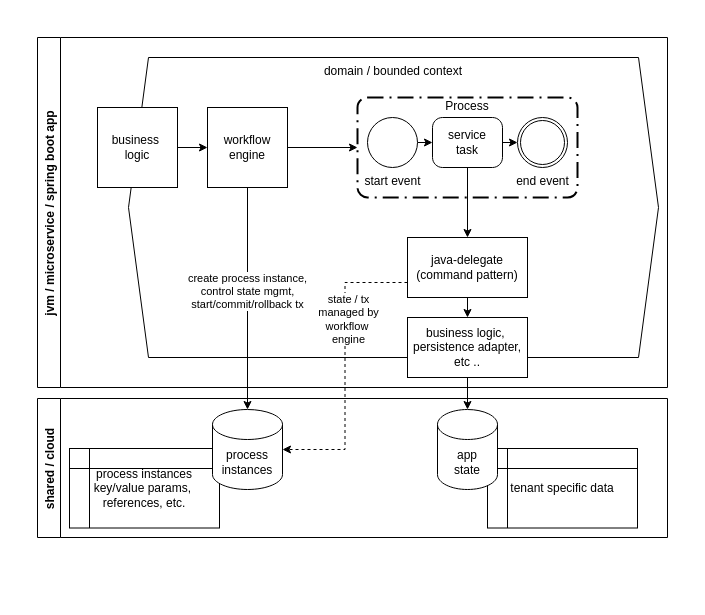
nikkijuk/pigeongram keeps this draw.io diagram as diagrams/workflow_programming_model.drawio. Above is the earlier version. Source tidied: cells renumbered, new cells numbered last; positions are measured from the earlier drawing's top-left corner, leaving out a move shared by most shapes. Both pictures are drawn from the tidied source at 100%, with x=0, y=0 at pixel (37, 37).
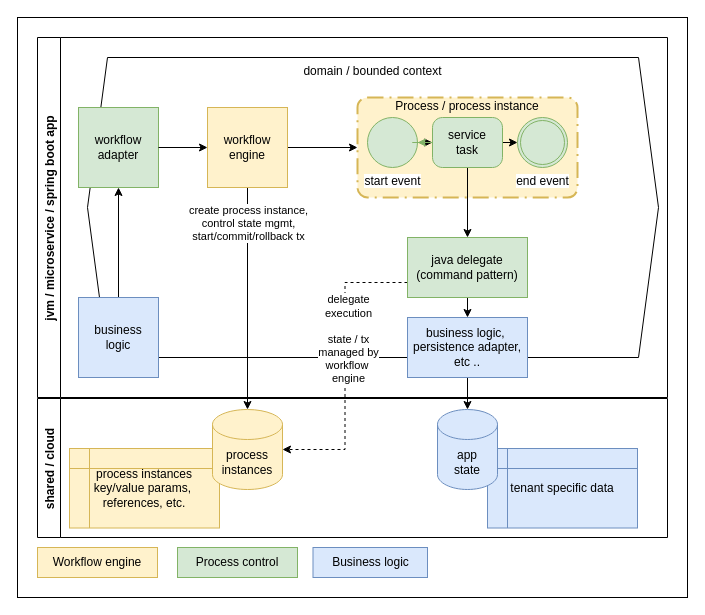
The same page after the edit.

Unchanged cells that the change refers to:
```xml
<mxCell id="11" style="edgeStyle=orthogonalEdgeStyle;rounded=0;jettySize=auto;html=1;exitX=0;exitY=0.75;exitDx=0;exitDy=0;entryX=1;entryY=0.5;entryDx=0;entryDy=0;entryPerimeter=0;dashed=1;" parent="1" edge="1" source="13" target="26">
  <mxGeometry relative="1" as="geometry" />
</mxCell>
<mxCell id="19" style="edgeStyle=orthogonalEdgeStyle;rounded=0;jettySize=auto;html=1;exitX=0.5;exitY=1;exitDx=0;exitDy=0;" parent="1" edge="1" source="22" target="26">
  <mxGeometry relative="1" as="geometry" />
</mxCell>
<mxCell id="23" value="shared / cloud" style="swimlane;horizontal=0;" parent="1" vertex="1">
  <mxGeometry y="361" width="630" height="139" as="geometry" />
</mxCell>
```

The edit, as a diff of the source:
```diff
@@
+    <mxCell id="28" style="rounded=0;whiteSpace=wrap;html=1;" parent="1" vertex="1">
+      <mxGeometry x="-20" y="-20" width="670" height="580" as="geometry" />
+    </mxCell>
     <mxCell id="2" value="domain / bounded context&lt;br&gt;&lt;br&gt;&lt;br&gt;&lt;br&gt;&lt;br&gt;&lt;br&gt;&lt;br&gt;&lt;br&gt;&lt;br&gt;&lt;br&gt;&lt;br&gt;&lt;br&gt;&lt;br&gt;&lt;br&gt;&lt;br&gt;&lt;br&gt;&lt;br&gt;&lt;br&gt;&lt;br&gt;&lt;br&gt;" style="shape=hexagon;perimeter=hexagonPerimeter2;whiteSpace=wrap;html=1;fixedSize=1;" parent="1" vertex="1">
-      <mxGeometry x="91" y="20" width="530" height="300" as="geometry" />
+      <mxGeometry x="50" y="20" width="571" height="300" as="geometry" />
     </mxCell>
-    <mxCell id="3" value="Process&#10;&#10;&#10;&#10;&#10;&#10;" style="points=[[0.25,0,0],[0.5,0,0],[0.75,0,0],[1,0.25,0],[1,0.5,0],[1,0.75,0],[0.75,1,0],[0.5,1,0],[0.25,1,0],[0,0.75,0],[0,0.5,0],[0,0.25,0]];rounded=1;arcSize=10;dashed=1;strokeColor=#000000;fillColor=none;gradientColor=none;dashPattern=8 3 1 3;strokeWidth=2;align=center;" parent="1" vertex="1">
+    <mxCell id="3" value="Process / process instance&#10;&#10;&#10;&#10;&#10;&#10;" style="points=[[0.25,0,0],[0.5,0,0],[0.75,0,0],[1,0.25,0],[1,0.5,0],[1,0.75,0],[0.75,1,0],[0.5,1,0],[0.25,1,0],[0,0.75,0],[0,0.5,0],[0,0.25,0]];rounded=1;arcSize=10;dashed=1;strokeColor=#d6b656;fillColor=#fff2cc;dashPattern=8 3 1 3;strokeWidth=2;align=center;" parent="1" vertex="1">
       <mxGeometry x="320" y="60" width="220" height="100" as="geometry" />
     </mxCell>
@@
-    <mxCell id="5" value="start event" style="points=[[0.145,0.145,0],[0.5,0,0],[0.855,0.145,0],[1,0.5,0],[0.855,0.855,0],[0.5,1,0],[0.145,0.855,0],[0,0.5,0]];shape=mxgraph.bpmn.event;html=1;verticalLabelPosition=bottom;labelBackgroundColor=#ffffff;verticalAlign=top;align=center;perimeter=ellipsePerimeter;outlineConnect=0;outline=standard;symbol=general;" parent="1" vertex="1">
+    <mxCell id="5" value="start event" style="points=[[0.145,0.145,0],[0.5,0,0],[0.855,0.145,0],[1,0.5,0],[0.855,0.855,0],[0.5,1,0],[0.145,0.855,0],[0,0.5,0]];shape=mxgraph.bpmn.event;html=1;verticalLabelPosition=bottom;labelBackgroundColor=#ffffff;verticalAlign=top;align=center;perimeter=ellipsePerimeter;outlineConnect=0;outline=standard;symbol=general;fillColor=#d5e8d4;strokeColor=#82b366;" parent="1" vertex="1">
       <mxGeometry x="330" y="80" width="50" height="50" as="geometry" />
     </mxCell>
-    <mxCell id="6" value="end event" style="points=[[0.145,0.145,0],[0.5,0,0],[0.855,0.145,0],[1,0.5,0],[0.855,0.855,0],[0.5,1,0],[0.145,0.855,0],[0,0.5,0]];shape=mxgraph.bpmn.event;html=1;verticalLabelPosition=bottom;labelBackgroundColor=#ffffff;verticalAlign=top;align=center;perimeter=ellipsePerimeter;outlineConnect=0;outline=throwing;symbol=general;" parent="1" vertex="1">
+    <mxCell id="6" value="end event" style="points=[[0.145,0.145,0],[0.5,0,0],[0.855,0.145,0],[1,0.5,0],[0.855,0.855,0],[0.5,1,0],[0.145,0.855,0],[0,0.5,0]];shape=mxgraph.bpmn.event;html=1;verticalLabelPosition=bottom;labelBackgroundColor=#ffffff;verticalAlign=top;align=center;perimeter=ellipsePerimeter;outlineConnect=0;outline=throwing;symbol=general;fillColor=#d5e8d4;strokeColor=#82b366;" parent="1" vertex="1">
       <mxGeometry x="480" y="80" width="50" height="50" as="geometry" />
     </mxCell>
@@
+    <mxCell id="29" style="edgeStyle=orthogonalEdgeStyle;rounded=0;jettySize=auto;html=1;fillColor=#d5e8d4;strokeColor=#82b366;" parent="1" edge="1" source="9" target="5">
+      <mxGeometry relative="1" as="geometry" />
+    </mxCell>
-    <mxCell id="9" value="service&#10;task" style="points=[[0.25,0,0],[0.5,0,0],[0.75,0,0],[1,0.25,0],[1,0.5,0],[1,0.75,0],[0.75,1,0],[0.5,1,0],[0.25,1,0],[0,0.75,0],[0,0.5,0],[0,0.25,0]];shape=mxgraph.bpmn.task;whiteSpace=wrap;rectStyle=rounded;size=10;taskMarker=abstract;" parent="1" vertex="1">
+    <mxCell id="9" value="service&#10;task" style="points=[[0.25,0,0],[0.5,0,0],[0.75,0,0],[1,0.25,0],[1,0.5,0],[1,0.75,0],[0.75,1,0],[0.5,1,0],[0.25,1,0],[0,0.75,0],[0,0.5,0],[0,0.25,0]];shape=mxgraph.bpmn.task;whiteSpace=wrap;rectStyle=rounded;size=10;taskMarker=abstract;fillColor=#d5e8d4;strokeColor=#82b366;" parent="1" vertex="1">
       <mxGeometry x="395" y="80" width="70" height="50" as="geometry" />
     </mxCell>
@@
-    <mxCell id="12" value="state / tx&lt;br&gt;managed by&lt;br&gt;workflow&amp;nbsp;&lt;br&gt;engine" style="edgeLabel;html=1;align=center;verticalAlign=middle;" parent="11" vertex="1">
+    <mxCell id="12" value="delegate&lt;br&gt;execution&lt;br&gt;&lt;br&gt;state / tx&lt;br&gt;managed by&lt;br&gt;workflow&amp;nbsp;&lt;br&gt;engine" style="edgeLabel;html=1;align=center;verticalAlign=middle;" parent="11" vertex="1">
       <mxGeometry x="-0.37" y="2" relative="1" as="geometry">
-        <mxPoint x="1" y="7" as="offset" />
+        <mxPoint x="1" y="27" as="offset" />
       </mxGeometry>
     </mxCell>
-    <mxCell id="13" value="java-delegate&lt;br&gt;(command pattern)" style="rounded=0;whiteSpace=wrap;html=1;" parent="1" vertex="1">
+    <mxCell id="13" value="java delegate&lt;br&gt;(command pattern)" style="rounded=0;whiteSpace=wrap;html=1;fillColor=#d5e8d4;strokeColor=#82b366;" parent="1" vertex="1">
       <mxGeometry x="370" y="200" width="120" height="60" as="geometry" />
     </mxCell>
@@
-    <mxCell id="15" value="business logic,&amp;nbsp;&lt;br&gt;persistence adapter, etc .." style="rounded=0;whiteSpace=wrap;html=1;" parent="1" vertex="1">
+    <mxCell id="15" value="business logic,&amp;nbsp;&lt;br&gt;persistence adapter, etc .." style="rounded=0;whiteSpace=wrap;html=1;fillColor=#dae8fc;strokeColor=#6c8ebf;" parent="1" vertex="1">
       <mxGeometry x="370" y="280" width="120" height="60" as="geometry" />
     </mxCell>
-    <mxCell id="16" style="edgeStyle=orthogonalEdgeStyle;rounded=0;jettySize=auto;html=1;exitX=1;exitY=0.5;exitDx=0;exitDy=0;" parent="1" edge="1" source="17" target="22">
-      <mxGeometry relative="1" as="geometry" />
-    </mxCell>
-    <mxCell id="17" value="business&amp;nbsp;&lt;br&gt;logic" style="whiteSpace=wrap;html=1;" parent="1" vertex="1">
-      <mxGeometry x="60" y="70" width="80" height="80" as="geometry" />
-    </mxCell>
@@
     <mxCell id="20" value="create process instance,&lt;br&gt;control state mgmt,&lt;br&gt;start/commit/rollback tx" style="edgeLabel;html=1;align=center;verticalAlign=middle;" parent="19" vertex="1">
-      <mxGeometry x="-0.07" y="-1" relative="1" as="geometry" />
+      <mxGeometry x="-0.07" y="-1" relative="1" as="geometry">
+        <mxPoint x="1" y="-68" as="offset" />
+      </mxGeometry>
     </mxCell>
     <mxCell id="21" value="jvm / microservice / spring boot app" style="swimlane;horizontal=0;" parent="1" vertex="1">
-      <mxGeometry width="630" height="350" as="geometry" />
+      <mxGeometry width="630" height="360" as="geometry" />
     </mxCell>
-    <mxCell id="22" value="workflow engine" style="whiteSpace=wrap;html=1;" parent="21" vertex="1">
+    <mxCell id="22" value="workflow engine" style="whiteSpace=wrap;html=1;fillColor=#fff2cc;strokeColor=#d6b656;" parent="21" vertex="1">
       <mxGeometry x="170" y="70" width="80" height="80" as="geometry" />
     </mxCell>
+    <mxCell id="17" value="workflow&lt;br&gt;adapter" style="whiteSpace=wrap;html=1;fillColor=#d5e8d4;strokeColor=#82b366;" parent="21" vertex="1">
+      <mxGeometry x="41" y="70" width="80" height="80" as="geometry" />
+    </mxCell>
+    <mxCell id="16" style="edgeStyle=orthogonalEdgeStyle;rounded=0;jettySize=auto;html=1;exitX=1;exitY=0.5;exitDx=0;exitDy=0;" parent="21" edge="1" source="17" target="22">
+      <mxGeometry relative="1" as="geometry" />
+    </mxCell>
+    <mxCell id="30" style="edgeStyle=orthogonalEdgeStyle;rounded=0;jettySize=auto;html=1;exitX=0.5;exitY=0;exitDx=0;exitDy=0;entryX=0.5;entryY=1;entryDx=0;entryDy=0;" parent="21" edge="1" source="31" target="17">
+      <mxGeometry relative="1" as="geometry" />
+    </mxCell>
+    <mxCell id="31" value="business&lt;br&gt;logic" style="whiteSpace=wrap;html=1;fillColor=#dae8fc;strokeColor=#6c8ebf;" parent="21" vertex="1">
+      <mxGeometry x="41" y="260" width="80" height="80" as="geometry" />
+    </mxCell>
@@
-    <mxCell id="24" value="process instances&lt;br&gt;key/value params,&amp;nbsp; references, etc." style="shape=internalStorage;whiteSpace=wrap;html=1;backgroundOutline=1;" parent="23" vertex="1">
+    <mxCell id="24" value="process instances&lt;br&gt;key/value params,&amp;nbsp; references, etc." style="shape=internalStorage;whiteSpace=wrap;html=1;backgroundOutline=1;fillColor=#fff2cc;strokeColor=#d6b656;" parent="23" vertex="1">
       <mxGeometry x="32" y="50" width="150" height="79.5" as="geometry" />
     </mxCell>
-    <mxCell id="25" value="tenant specific data" style="shape=internalStorage;whiteSpace=wrap;html=1;backgroundOutline=1;" parent="23" vertex="1">
+    <mxCell id="25" value="tenant specific data" style="shape=internalStorage;whiteSpace=wrap;html=1;backgroundOutline=1;fillColor=#dae8fc;strokeColor=#6c8ebf;" parent="23" vertex="1">
       <mxGeometry x="450" y="50" width="150" height="79.5" as="geometry" />
     </mxCell>
-    <mxCell id="26" value="process&lt;br&gt;instances" style="shape=cylinder3;whiteSpace=wrap;html=1;boundedLbl=1;backgroundOutline=1;size=15;" parent="23" vertex="1">
+    <mxCell id="26" value="process&lt;br&gt;instances" style="shape=cylinder3;whiteSpace=wrap;html=1;boundedLbl=1;backgroundOutline=1;size=15;fillColor=#fff2cc;strokeColor=#d6b656;" parent="23" vertex="1">
       <mxGeometry x="175" y="11" width="70" height="80" as="geometry" />
     </mxCell>
-    <mxCell id="27" value="app&lt;br&gt;state" style="shape=cylinder3;whiteSpace=wrap;html=1;boundedLbl=1;backgroundOutline=1;size=15;" parent="1" vertex="1">
+    <mxCell id="27" value="app&lt;br&gt;state" style="shape=cylinder3;whiteSpace=wrap;html=1;boundedLbl=1;backgroundOutline=1;size=15;fillColor=#dae8fc;strokeColor=#6c8ebf;" parent="1" vertex="1">
       <mxGeometry x="400" y="372" width="60" height="80" as="geometry" />
     </mxCell>
+    <mxCell id="32" value="Workflow engine" style="rounded=0;whiteSpace=wrap;html=1;fillColor=#fff2cc;strokeColor=#d6b656;" parent="1" vertex="1">
+      <mxGeometry y="510" width="120" height="30" as="geometry" />
+    </mxCell>
+    <mxCell id="33" value="Process control" style="rounded=0;whiteSpace=wrap;html=1;fillColor=#d5e8d4;strokeColor=#82b366;" parent="1" vertex="1">
+      <mxGeometry x="140" y="510" width="120" height="30" as="geometry" />
+    </mxCell>
+    <mxCell id="34" value="Business logic" style="rounded=0;whiteSpace=wrap;html=1;fillColor=#dae8fc;strokeColor=#6c8ebf;" parent="1" vertex="1">
+      <mxGeometry x="275.5" y="510" width="114.5" height="30" as="geometry" />
+    </mxCell>
```
